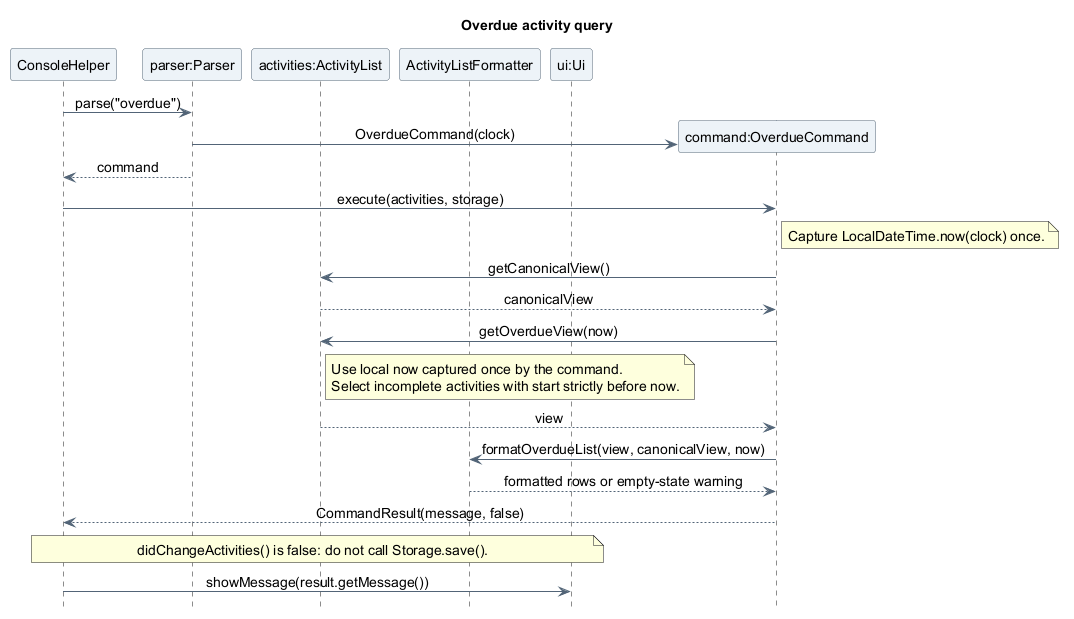
Above: docs/images/asyraf/sequence/OverdueActivitySequence.png in AY2627S1-CS2113-T10-4/tp (PlantUML), before the change.
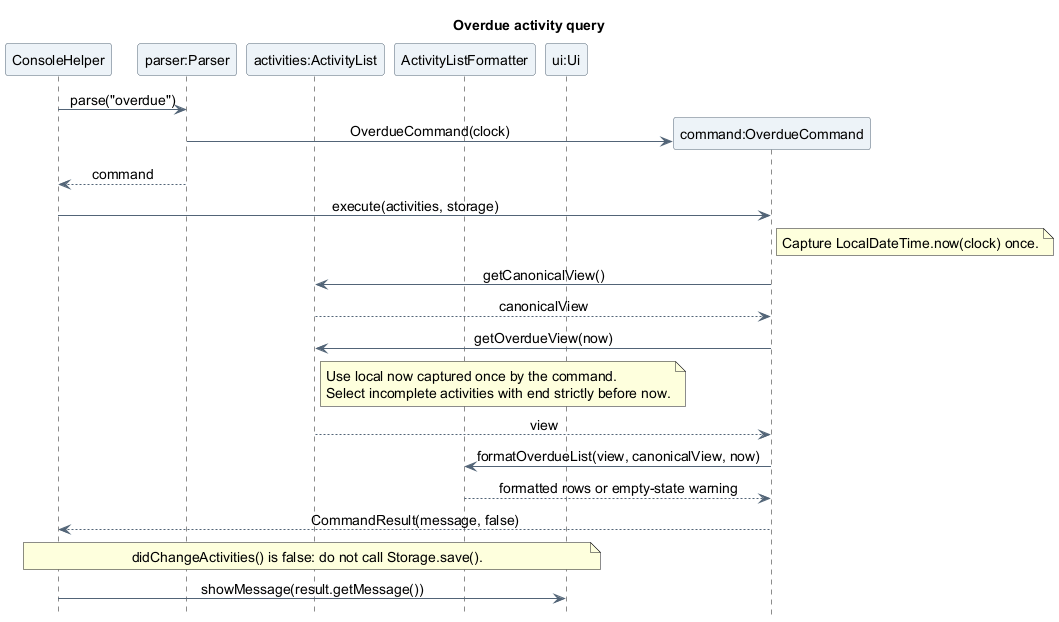
After the commit.

Change to the diagram source:
```diff
@@ -29,7 +29,7 @@
 Query -> Activities : getOverdueView(now)
 note right of Activities
   Use local now captured once by the command.
-  Select incomplete activities with start strictly before now.
+  Select incomplete activities with end strictly before now.
 end note
 Activities --> Query : view
 Query -> Formatter : formatOverdueList(view, canonicalView, now)
```
